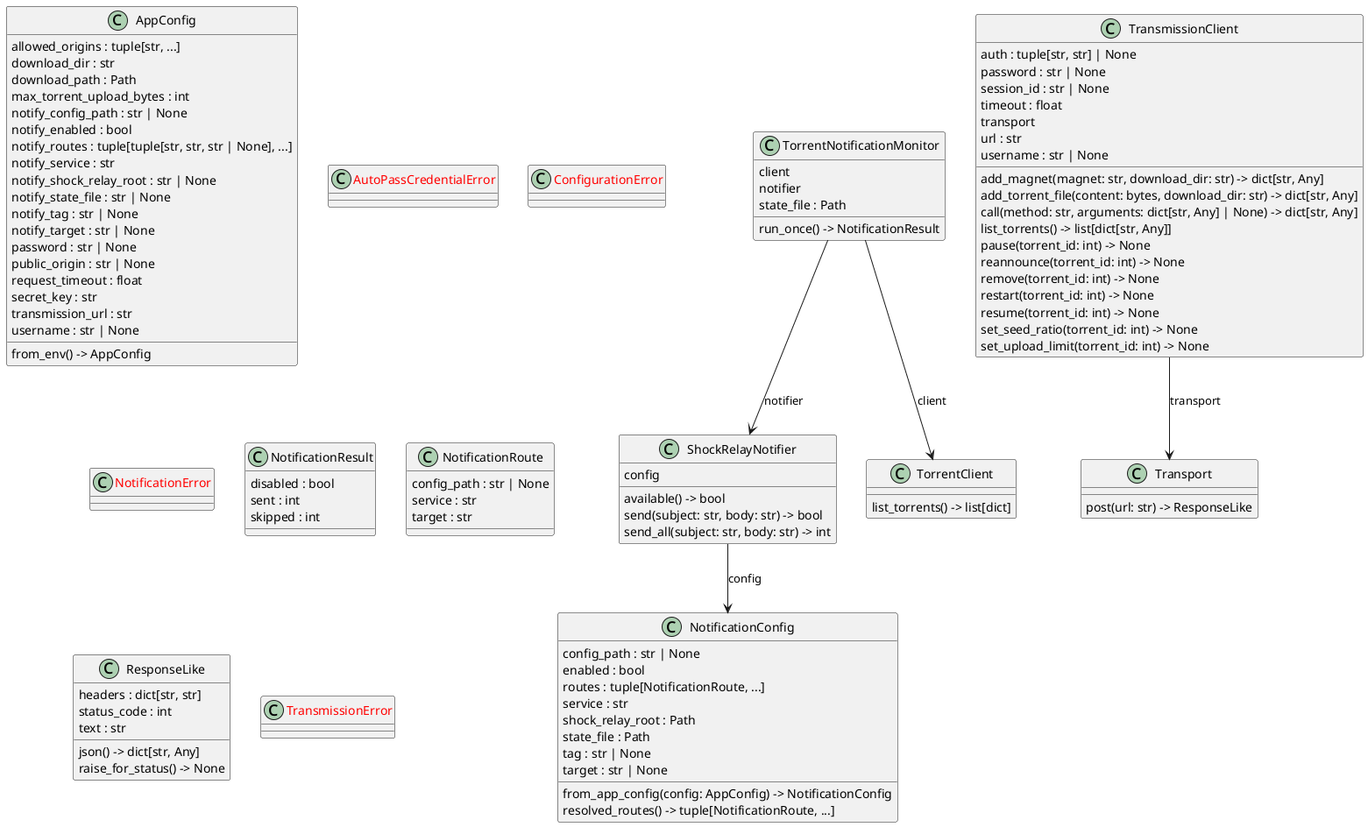
This is docs/diagrams/python-classes.puml.png from casonk/magneto, a PlantUML export, as it was before one commit.
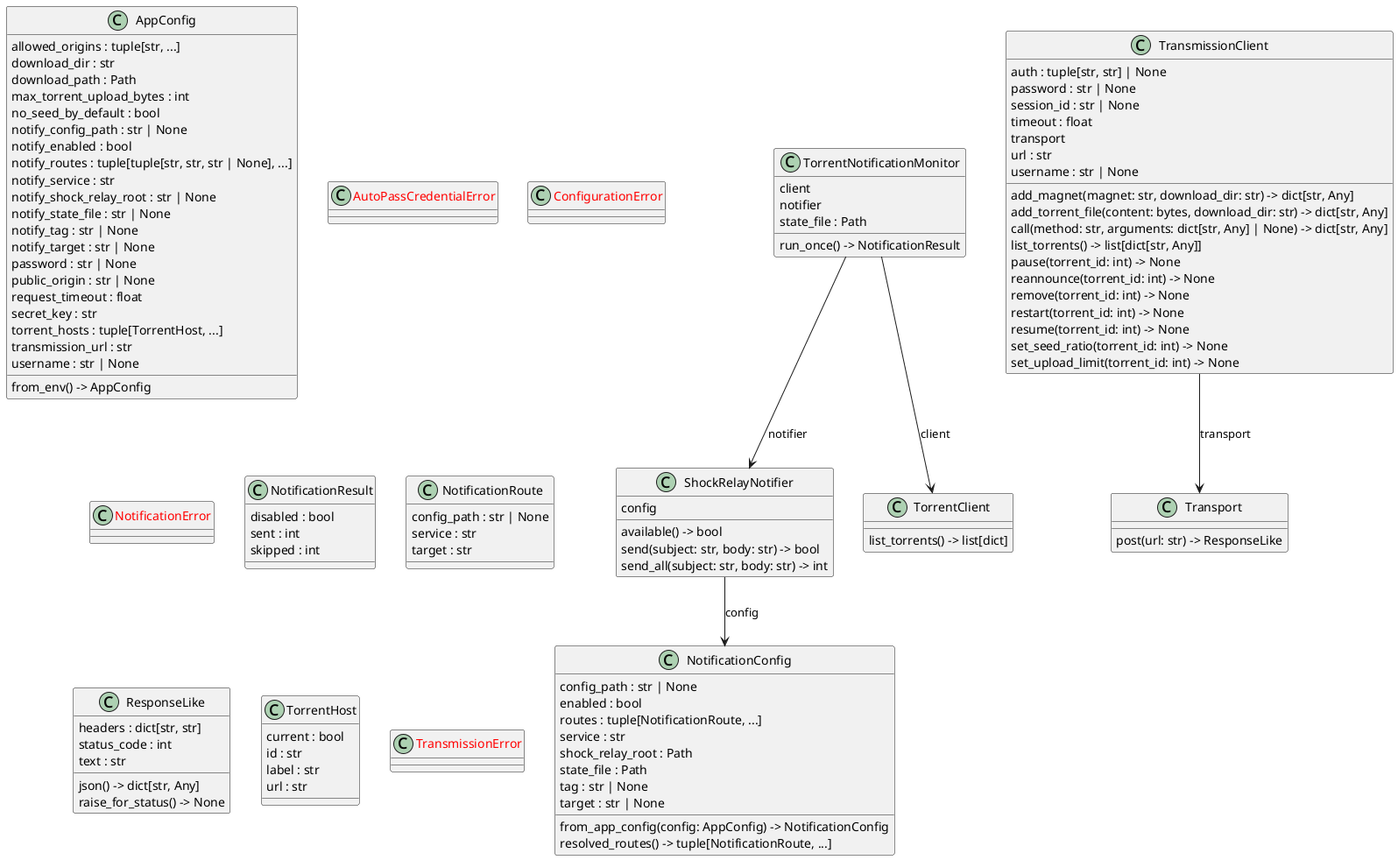
The same file after the commit.

Diff of the diagram source:
```diff
@@ -5,6 +5,7 @@
   download_dir : str
   download_path : Path
   max_torrent_upload_bytes : int
+  no_seed_by_default : bool
   notify_config_path : str | None
   notify_enabled : bool
   notify_routes : tuple[tuple[str, str, str | None], ...]
@@ -17,6 +18,7 @@
   public_origin : str | None
   request_timeout : float
   secret_key : str
+  torrent_hosts : tuple[TorrentHost, ...]
   transmission_url : str
   username : str | None
   from_env() -> AppConfig
@@ -65,6 +67,12 @@
 class "TorrentClient" as src.magneto.notifications.TorrentClient {
   list_torrents() -> list[dict]
 }
+class "TorrentHost" as src.magneto.config.TorrentHost {
+  current : bool
+  id : str
+  label : str
+  url : str
+}
 class "TorrentNotificationMonitor" as src.magneto.notifications.TorrentNotificationMonitor {
   client
   notifier
```
